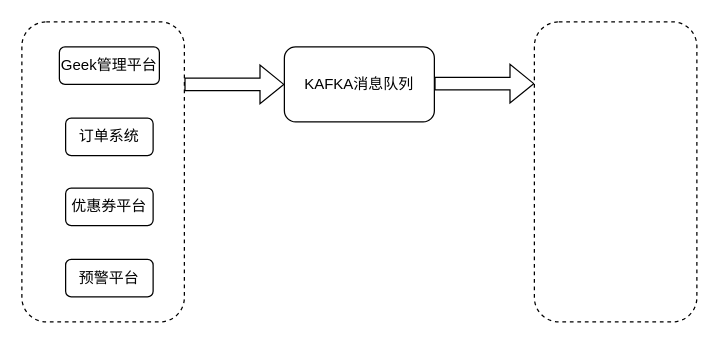
Above: message.drawio in yoooknight/Git (draw.io), before the change. Source tidied: cells renumbered, new cells numbered last; positions are measured from the earlier drawing's top-left corner, leaving out a move shared by most shapes. Both pictures are drawn from the tidied source at 125%, with x=0, y=0 at pixel (21, 21).
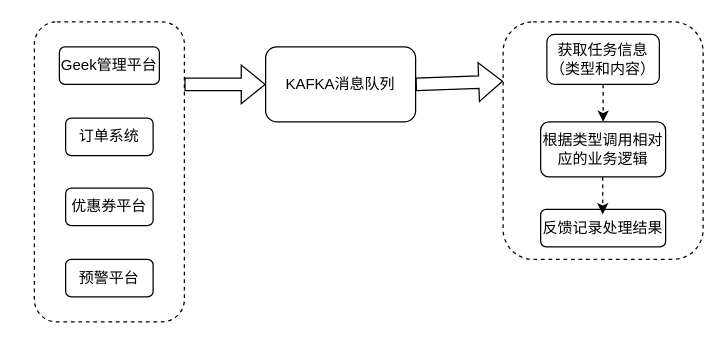
Above is the later version.

Change to the diagram source:
```diff
@@
 <mxGraphModel>
   <root>
     <mxCell id="0" />
     <mxCell id="1" parent="0" />
     <mxCell id="2" style="rounded=1;whiteSpace=wrap;html=1;dashed=1;" parent="1" vertex="1">
-      <mxGeometry width="130" height="240" as="geometry" />
+      <mxGeometry x="10" width="120" height="240" as="geometry" />
     </mxCell>
     <mxCell id="3" value="KAFKA消息队列" style="rounded=1;whiteSpace=wrap;html=1;" parent="1" vertex="1">
-      <mxGeometry x="210" y="20" width="120" height="60" as="geometry" />
+      <mxGeometry x="195" y="20" width="120" height="60" as="geometry" />
     </mxCell>
     <mxCell id="4" value="订单系统" style="rounded=1;whiteSpace=wrap;html=1;" parent="1" vertex="1">
       <mxGeometry x="35" y="77" width="70" height="30" as="geometry" />
     </mxCell>
     <mxCell id="5" value="Geek管理平台" style="rounded=1;whiteSpace=wrap;html=1;" parent="1" vertex="1">
       <mxGeometry x="30" y="20" width="80" height="30" as="geometry" />
     </mxCell>
     <mxCell id="6" value="预警平台" style="rounded=1;whiteSpace=wrap;html=1;" parent="1" vertex="1">
       <mxGeometry x="35" y="190" width="70" height="30" as="geometry" />
     </mxCell>
     <mxCell id="7" value="优惠券平台" style="rounded=1;whiteSpace=wrap;html=1;" parent="1" vertex="1">
       <mxGeometry x="35" y="133" width="70" height="30" as="geometry" />
     </mxCell>
     <mxCell id="8" style="shape=flexArrow;endArrow=classic;html=1;rounded=0;entryX=0;entryY=0.5;entryDx=0;entryDy=0;" parent="1" edge="1" target="3">
       <mxGeometry relative="1" as="geometry">
         <mxPoint x="130" y="50" as="sourcePoint" />
       </mxGeometry>
     </mxCell>
-    <mxCell id="9" style="shape=flexArrow;endArrow=classic;html=1;rounded=0;entryX=0;entryY=0.5;entryDx=0;entryDy=0;" parent="1" edge="1">
-      <mxGeometry relative="1" as="geometry">
-        <mxPoint x="330" y="49.4" as="sourcePoint" />
-        <mxPoint x="410" y="49.4" as="targetPoint" />
-      </mxGeometry>
+    <mxCell id="9" style="shape=flexArrow;endArrow=classic;html=1;rounded=0;entryX=0;entryY=0.25;entryDx=0;entryDy=0;exitX=1;exitY=0.5;exitDx=0;exitDy=0;" parent="1" edge="1" source="3" target="10">
+      <mxGeometry relative="1" as="geometry" />
     </mxCell>
     <mxCell id="10" style="rounded=1;whiteSpace=wrap;html=1;dashed=1;" parent="1" vertex="1">
-      <mxGeometry x="410" width="130" height="240" as="geometry" />
+      <mxGeometry x="385" width="160" height="190" as="geometry" />
     </mxCell>
+    <mxCell id="11" value="获取任务信息（类型和内容）" style="rounded=1;whiteSpace=wrap;html=1;" parent="1" vertex="1">
+      <mxGeometry x="420" y="10" width="90" height="40" as="geometry" />
+    </mxCell>
+    <mxCell id="12" value="根据类型调用相对应的业务逻辑" style="rounded=1;whiteSpace=wrap;html=1;" parent="1" vertex="1">
+      <mxGeometry x="415" y="80" width="100" height="44" as="geometry" />
+    </mxCell>
+    <mxCell id="13" style="endArrow=classic;html=1;rounded=0;exitX=0.5;exitY=1;exitDx=0;exitDy=0;entryX=0.5;entryY=0;entryDx=0;entryDy=0;dashed=1;" parent="1" edge="1" source="11" target="12">
+      <mxGeometry relative="1" as="geometry" />
+    </mxCell>
+    <mxCell id="14" value="反馈记录处理结果" style="rounded=1;whiteSpace=wrap;html=1;" parent="1" vertex="1">
+      <mxGeometry x="415" y="150" width="100" height="30" as="geometry" />
+    </mxCell>
+    <mxCell id="15" style="endArrow=classic;html=1;rounded=0;exitX=0.5;exitY=1;exitDx=0;exitDy=0;entryX=0.5;entryY=0;entryDx=0;entryDy=0;dashed=1;" parent="1" edge="1">
+      <mxGeometry relative="1" as="geometry">
+        <mxPoint x="464.7" y="124" as="sourcePoint" />
+        <mxPoint x="464.7" y="154" as="targetPoint" />
+      </mxGeometry>
+    </mxCell>
   </root>
 </mxGraphModel>
```
